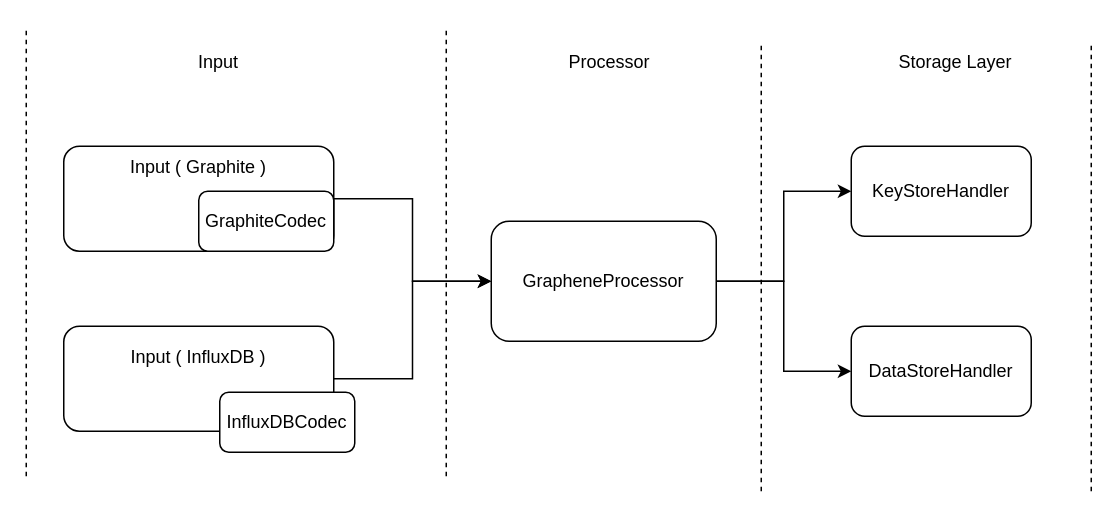
This is docs/wiki/Home/Concepts.drawio from jerome89/graphene, a draw.io file, before an edit. Source tidied: cells renumbered, new cells numbered last; positions are measured from the earlier drawing's top-left corner, leaving out a move shared by most shapes. Both pictures are drawn from the tidied source at 150%, with x=0, y=0 at pixel (26, 26).
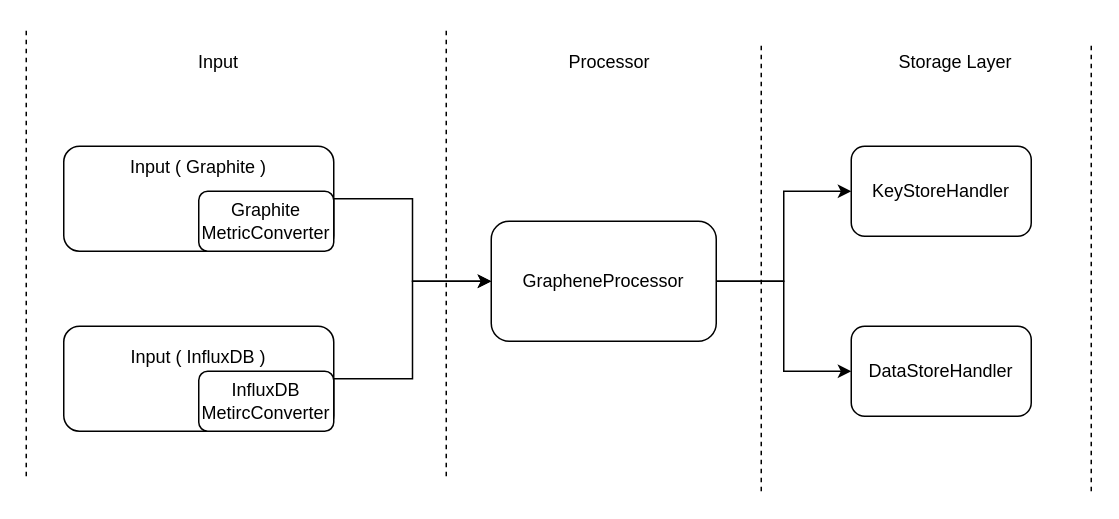
Above is the later version.

Commit message (it also covers changes not shown here):
docs: change Concepts document

Diff of the diagram source:
```diff
@@
-    <mxCell id="4" value="GraphiteCodec" style="rounded=1;whiteSpace=wrap;html=1;" parent="1" vertex="1">
+    <mxCell id="4" value="Graphite&lt;br&gt;MetricConverter" style="rounded=1;whiteSpace=wrap;html=1;" parent="1" vertex="1">
       <mxGeometry x="115" y="110" width="90" height="40" as="geometry" />
     </mxCell>
@@
-    <mxCell id="7" value="InfluxDBCodec" style="rounded=1;whiteSpace=wrap;html=1;" parent="1" vertex="1">
-      <mxGeometry x="129" y="244" width="90" height="40" as="geometry" />
+    <mxCell id="7" value="InfluxDB&lt;br&gt;MetircConverter" style="rounded=1;whiteSpace=wrap;html=1;" parent="1" vertex="1">
+      <mxGeometry x="115" y="230" width="90" height="40" as="geometry" />
     </mxCell>
```
